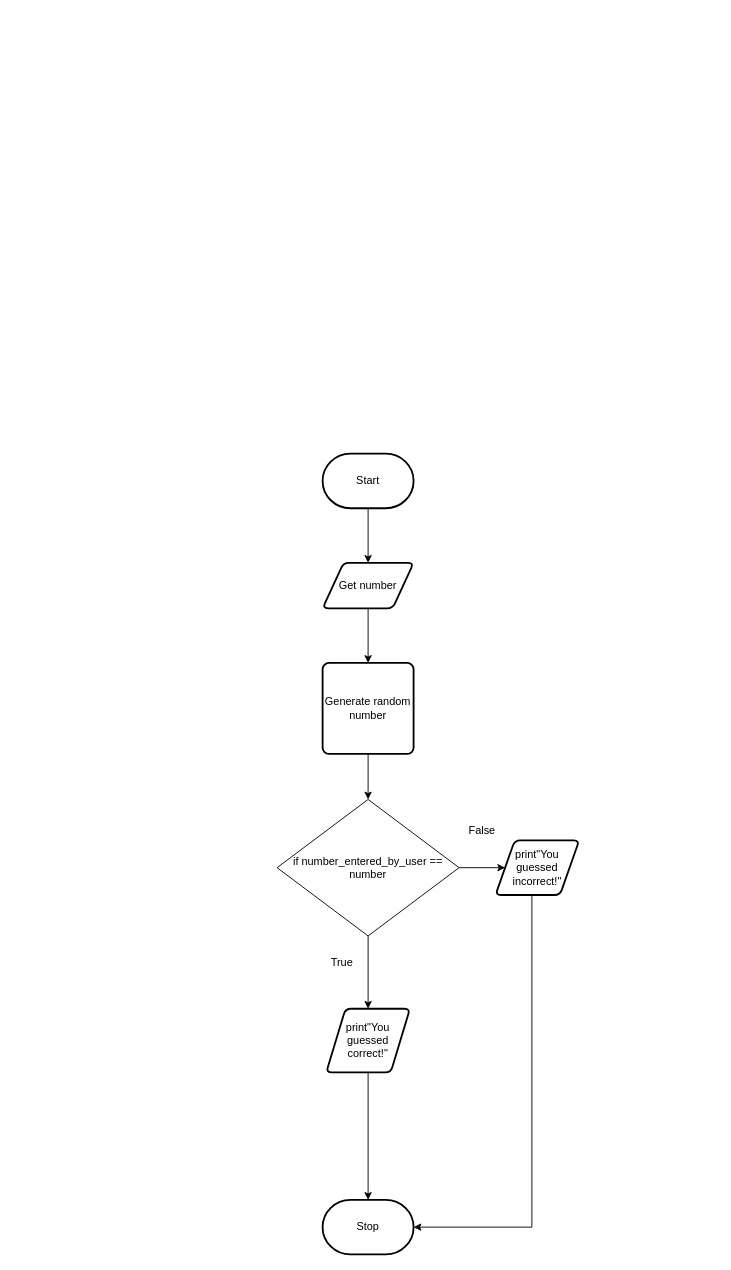
michael-clermont1/ICS3U-Assignment-5-Python keeps this draw.io diagram as flowchart.drawio. Above is the earlier version. Source tidied: cells renumbered, new cells numbered last; positions are measured from the earlier drawing's top-left corner, leaving out a move shared by most shapes. Both pictures are drawn from the tidied source at 91%, with x=0, y=0 at pixel (277, 453).
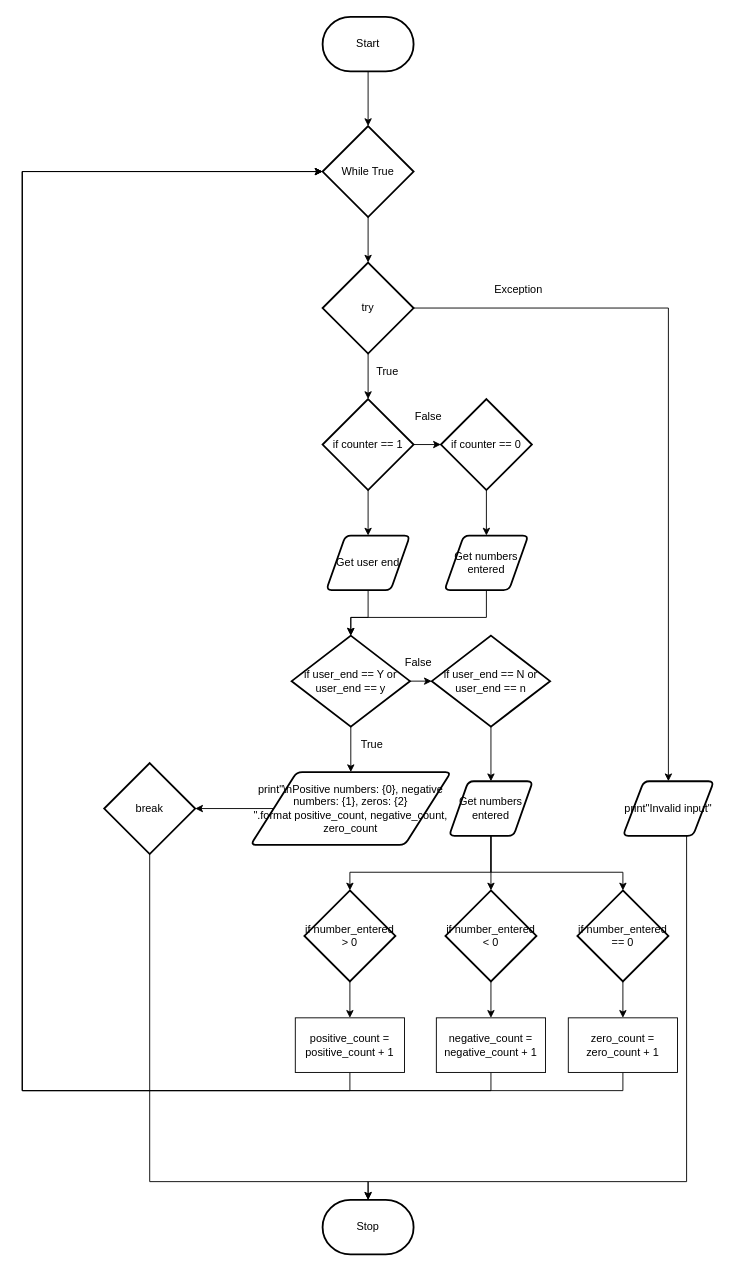
After the change.

The change refers to these unchanged cells:
```xml
<mxCell id="6" value="Stop" style="strokeWidth=2;html=1;shape=mxgraph.flowchart.terminator;whiteSpace=wrap;" parent="1" vertex="1">
  <mxGeometry x="50" y="820" width="100" height="60" as="geometry" />
</mxCell>
```

Change to the diagram source:
```diff
@@
-    <mxCell id="2" style="edgeStyle=orthogonalEdgeStyle;rounded=0;html=1;exitX=0.5;exitY=1;exitDx=0;exitDy=0;entryX=0.5;entryY=0;entryDx=0;entryDy=0;" parent="1" edge="1" source="3" target="17">
-      <mxGeometry relative="1" as="geometry" />
-    </mxCell>
-    <mxCell id="3" value="Get number" style="shape=parallelogram;html=1;strokeWidth=2;perimeter=parallelogramPerimeter;whiteSpace=wrap;rounded=1;arcSize=12;size=0.23;" parent="1" vertex="1">
-      <mxGeometry x="50" y="120" width="100" height="50" as="geometry" />
-    </mxCell>
-    <mxCell id="4" style="edgeStyle=orthogonalEdgeStyle;rounded=0;html=1;entryX=0.5;entryY=0;entryDx=0;entryDy=0;" parent="1" edge="1" source="5" target="3">
-      <mxGeometry relative="1" as="geometry" />
-    </mxCell>
+    <mxCell id="18" style="edgeStyle=orthogonalEdgeStyle;rounded=0;html=1;entryX=0.5;entryY=0;entryDx=0;entryDy=0;entryPerimeter=0;" parent="1" edge="1" source="5" target="31">
+      <mxGeometry relative="1" as="geometry" />
+    </mxCell>
     <mxCell id="5" value="Start" style="strokeWidth=2;html=1;shape=mxgraph.flowchart.terminator;whiteSpace=wrap;" parent="1" vertex="1">
-      <mxGeometry x="50" width="100" height="60" as="geometry" />
+      <mxGeometry x="50" y="-480" width="100" height="60" as="geometry" />
     </mxCell>
@@
-    <mxCell id="7" style="edgeStyle=orthogonalEdgeStyle;rounded=0;html=1;entryX=0.5;entryY=0;entryDx=0;entryDy=0;entryPerimeter=0;" parent="1" edge="1" source="8" target="6">
-      <mxGeometry relative="1" as="geometry" />
-    </mxCell>
+    <mxCell id="19" style="edgeStyle=orthogonalEdgeStyle;rounded=0;html=1;entryX=1;entryY=0.5;entryDx=0;entryDy=0;entryPerimeter=0;" parent="1" edge="1" source="8" target="58">
+      <mxGeometry relative="1" as="geometry" />
+    </mxCell>
-    <mxCell id="8" value="print&quot;You guessed correct!&quot;" style="shape=parallelogram;html=1;strokeWidth=2;perimeter=parallelogramPerimeter;whiteSpace=wrap;rounded=1;arcSize=12;size=0.23;" parent="1" vertex="1">
-      <mxGeometry x="54" y="610" width="92" height="70" as="geometry" />
+    <mxCell id="8" value="print&lt;span&gt;&quot;\nPositive numbers: {0}, negative numbers: {1}, zeros: {2} &quot;.format&lt;/span&gt;&lt;span&gt;&amp;nbsp;positive_count, negative_count, zero_count&lt;/span&gt;&lt;span&gt;&lt;br&gt;&lt;/span&gt;" style="shape=parallelogram;html=1;strokeWidth=2;perimeter=parallelogramPerimeter;whiteSpace=wrap;rounded=1;arcSize=12;size=0.23;" parent="1" vertex="1">
+      <mxGeometry x="-29" y="350" width="220" height="80" as="geometry" />
     </mxCell>
-    <mxCell id="9" style="edgeStyle=orthogonalEdgeStyle;rounded=0;html=1;entryX=1;entryY=0.5;entryDx=0;entryDy=0;entryPerimeter=0;" parent="1" edge="1" source="10" target="6">
-      <mxGeometry relative="1" as="geometry">
-        <Array as="points">
-          <mxPoint x="280" y="850" />
-        </Array>
-      </mxGeometry>
-    </mxCell>
+    <mxCell id="20" style="edgeStyle=orthogonalEdgeStyle;rounded=0;html=1;entryX=0.5;entryY=0;entryDx=0;entryDy=0;entryPerimeter=0;" parent="1" edge="1" source="10" target="34">
+      <mxGeometry relative="1" as="geometry">
+        <Array as="points">
+          <mxPoint x="100" y="180" />
+          <mxPoint x="81" y="180" />
+        </Array>
+      </mxGeometry>
+    </mxCell>
-    <mxCell id="10" value="print&quot;You guessed incorrect!&quot;" style="shape=parallelogram;html=1;strokeWidth=2;perimeter=parallelogramPerimeter;whiteSpace=wrap;rounded=1;arcSize=12;size=0.23;" parent="1" vertex="1">
-      <mxGeometry x="240" y="425" width="92" height="60" as="geometry" />
+    <mxCell id="10" value="Get user end" style="shape=parallelogram;html=1;strokeWidth=2;perimeter=parallelogramPerimeter;whiteSpace=wrap;rounded=1;arcSize=12;size=0.23;" parent="1" vertex="1">
+      <mxGeometry x="54" y="90" width="92" height="60" as="geometry" />
     </mxCell>
-    <mxCell id="11" style="edgeStyle=none;html=1;entryX=0.5;entryY=0;entryDx=0;entryDy=0;" parent="1" edge="1" source="13" target="8">
-      <mxGeometry relative="1" as="geometry" />
-    </mxCell>
-    <mxCell id="12" style="edgeStyle=orthogonalEdgeStyle;html=1;entryX=0;entryY=0.5;entryDx=0;entryDy=0;" parent="1" edge="1" source="13" target="10">
-      <mxGeometry relative="1" as="geometry" />
-    </mxCell>
-    <mxCell id="13" value="&lt;span&gt;if number_entered_by_user == number&lt;/span&gt;" style="rhombus;whiteSpace=wrap;html=1;" parent="1" vertex="1">
-      <mxGeometry y="380" width="200" height="150" as="geometry" />
-    </mxCell>
     <mxCell id="14" value="False" style="text;html=1;align=center;verticalAlign=middle;fillColor=none;strokeColor=none;rounded=0;" parent="1" vertex="1">
-      <mxGeometry x="200" y="405" width="50" height="20" as="geometry" />
+      <mxGeometry x="141" y="-50" width="50" height="20" as="geometry" />
     </mxCell>
     <mxCell id="15" value="True" style="text;html=1;align=center;verticalAlign=middle;fillColor=none;strokeColor=none;rounded=0;" parent="1" vertex="1">
-      <mxGeometry x="51" y="550" width="40" height="20" as="geometry" />
+      <mxGeometry x="101" y="-100" width="40" height="20" as="geometry" />
     </mxCell>
+    <mxCell id="21" style="edgeStyle=orthogonalEdgeStyle;html=1;entryX=0.5;entryY=0;entryDx=0;entryDy=0;rounded=0;" parent="1" edge="1" source="16" target="54">
+      <mxGeometry relative="1" as="geometry" />
+    </mxCell>
+    <mxCell id="22" style="edgeStyle=orthogonalEdgeStyle;rounded=0;html=1;entryX=0.5;entryY=0;entryDx=0;entryDy=0;entryPerimeter=0;" parent="1" edge="1" source="16" target="25">
+      <mxGeometry relative="1" as="geometry" />
+    </mxCell>
-    <mxCell id="16" style="edgeStyle=orthogonalEdgeStyle;rounded=0;html=1;entryX=0.5;entryY=0;entryDx=0;entryDy=0;" parent="1" edge="1" source="17" target="13">
-      <mxGeometry relative="1" as="geometry" />
+    <mxCell id="16" value="try" style="strokeWidth=2;html=1;shape=mxgraph.flowchart.decision;whiteSpace=wrap;" parent="1" vertex="1">
+      <mxGeometry x="50" y="-210" width="100" height="100" as="geometry" />
     </mxCell>
-    <mxCell id="17" value="Generate random number" style="rounded=1;whiteSpace=wrap;html=1;absoluteArcSize=1;arcSize=14;strokeWidth=2;" parent="1" vertex="1">
-      <mxGeometry x="50" y="230" width="100" height="100" as="geometry" />
-    </mxCell>
+    <mxCell id="23" style="edgeStyle=orthogonalEdgeStyle;rounded=0;html=1;entryX=0;entryY=0.5;entryDx=0;entryDy=0;entryPerimeter=0;" parent="1" edge="1" source="25" target="27">
+      <mxGeometry relative="1" as="geometry" />
+    </mxCell>
+    <mxCell id="24" style="edgeStyle=orthogonalEdgeStyle;rounded=0;html=1;entryX=0.5;entryY=0;entryDx=0;entryDy=0;" parent="1" edge="1" source="25" target="10">
+      <mxGeometry relative="1" as="geometry" />
+    </mxCell>
+    <mxCell id="25" value="if counter == 1" style="strokeWidth=2;html=1;shape=mxgraph.flowchart.decision;whiteSpace=wrap;" parent="1" vertex="1">
+      <mxGeometry x="50" y="-60" width="100" height="100" as="geometry" />
+    </mxCell>
+    <mxCell id="26" style="edgeStyle=orthogonalEdgeStyle;rounded=0;html=1;entryX=0.5;entryY=0;entryDx=0;entryDy=0;" parent="1" edge="1" source="27" target="29">
+      <mxGeometry relative="1" as="geometry" />
+    </mxCell>
+    <mxCell id="27" value="if counter == 0" style="strokeWidth=2;html=1;shape=mxgraph.flowchart.decision;whiteSpace=wrap;" parent="1" vertex="1">
+      <mxGeometry x="180" y="-60" width="100" height="100" as="geometry" />
+    </mxCell>
+    <mxCell id="28" style="edgeStyle=orthogonalEdgeStyle;rounded=0;html=1;entryX=0.5;entryY=0;entryDx=0;entryDy=0;entryPerimeter=0;" parent="1" edge="1" source="29" target="34">
+      <mxGeometry relative="1" as="geometry">
+        <Array as="points">
+          <mxPoint x="230" y="180" />
+          <mxPoint x="81" y="180" />
+        </Array>
+      </mxGeometry>
+    </mxCell>
+    <mxCell id="29" value="Get numbers entered" style="shape=parallelogram;html=1;strokeWidth=2;perimeter=parallelogramPerimeter;whiteSpace=wrap;rounded=1;arcSize=12;size=0.23;" parent="1" vertex="1">
+      <mxGeometry x="184" y="90" width="92" height="60" as="geometry" />
+    </mxCell>
+    <mxCell id="30" style="edgeStyle=orthogonalEdgeStyle;rounded=0;html=1;entryX=0.5;entryY=0;entryDx=0;entryDy=0;entryPerimeter=0;" parent="1" edge="1" source="31" target="16">
+      <mxGeometry relative="1" as="geometry" />
+    </mxCell>
+    <mxCell id="31" value="While True" style="strokeWidth=2;html=1;shape=mxgraph.flowchart.decision;whiteSpace=wrap;" parent="1" vertex="1">
+      <mxGeometry x="50" y="-360" width="100" height="100" as="geometry" />
+    </mxCell>
+    <mxCell id="32" style="edgeStyle=orthogonalEdgeStyle;rounded=0;html=1;entryX=0;entryY=0.5;entryDx=0;entryDy=0;entryPerimeter=0;" parent="1" edge="1" source="34" target="38">
+      <mxGeometry relative="1" as="geometry" />
+    </mxCell>
+    <mxCell id="33" style="edgeStyle=orthogonalEdgeStyle;rounded=0;html=1;entryX=0.5;entryY=0;entryDx=0;entryDy=0;" parent="1" edge="1" source="34" target="8">
+      <mxGeometry relative="1" as="geometry" />
+    </mxCell>
+    <mxCell id="34" value="if user_end == Y or user_end == y" style="strokeWidth=2;html=1;shape=mxgraph.flowchart.decision;whiteSpace=wrap;" parent="1" vertex="1">
+      <mxGeometry x="16" y="200" width="130" height="100" as="geometry" />
+    </mxCell>
+    <mxCell id="35" style="edgeStyle=orthogonalEdgeStyle;rounded=0;html=1;entryX=0.5;entryY=0;entryDx=0;entryDy=0;" parent="1" edge="1" source="36" target="44">
+      <mxGeometry relative="1" as="geometry" />
+    </mxCell>
+    <mxCell id="36" value="if number_entered &amp;gt; 0" style="strokeWidth=2;html=1;shape=mxgraph.flowchart.decision;whiteSpace=wrap;" parent="1" vertex="1">
+      <mxGeometry x="30" y="480" width="100" height="100" as="geometry" />
+    </mxCell>
+    <mxCell id="37" style="edgeStyle=orthogonalEdgeStyle;rounded=0;html=1;entryX=0.5;entryY=0;entryDx=0;entryDy=0;" parent="1" edge="1" source="38" target="42">
+      <mxGeometry relative="1" as="geometry" />
+    </mxCell>
+    <mxCell id="38" value="if user_end == N or user_end == n" style="strokeWidth=2;html=1;shape=mxgraph.flowchart.decision;whiteSpace=wrap;" parent="1" vertex="1">
+      <mxGeometry x="170" y="200" width="130" height="100" as="geometry" />
+    </mxCell>
+    <mxCell id="39" style="edgeStyle=orthogonalEdgeStyle;rounded=0;html=1;entryX=0.5;entryY=0;entryDx=0;entryDy=0;entryPerimeter=0;" parent="1" edge="1" source="42" target="36">
+      <mxGeometry relative="1" as="geometry">
+        <Array as="points">
+          <mxPoint x="235" y="460" />
+          <mxPoint x="80" y="460" />
+        </Array>
+      </mxGeometry>
+    </mxCell>
+    <mxCell id="40" style="edgeStyle=orthogonalEdgeStyle;rounded=0;html=1;entryX=0.5;entryY=0;entryDx=0;entryDy=0;entryPerimeter=0;" parent="1" edge="1" source="42" target="46">
+      <mxGeometry relative="1" as="geometry" />
+    </mxCell>
+    <mxCell id="41" style="edgeStyle=orthogonalEdgeStyle;rounded=0;html=1;entryX=0.5;entryY=0;entryDx=0;entryDy=0;entryPerimeter=0;" parent="1" edge="1" source="42" target="50">
+      <mxGeometry relative="1" as="geometry">
+        <Array as="points">
+          <mxPoint x="235" y="460" />
+          <mxPoint x="380" y="460" />
+        </Array>
+      </mxGeometry>
+    </mxCell>
+    <mxCell id="42" value="Get numbers entered" style="shape=parallelogram;html=1;strokeWidth=2;perimeter=parallelogramPerimeter;whiteSpace=wrap;rounded=1;arcSize=12;size=0.23;" parent="1" vertex="1">
+      <mxGeometry x="189" y="360" width="92" height="60" as="geometry" />
+    </mxCell>
+    <mxCell id="43" style="edgeStyle=orthogonalEdgeStyle;rounded=0;html=1;entryX=0;entryY=0.5;entryDx=0;entryDy=0;entryPerimeter=0;" parent="1" edge="1" source="44" target="31">
+      <mxGeometry relative="1" as="geometry">
+        <Array as="points">
+          <mxPoint x="80" y="700" />
+          <mxPoint x="-280" y="700" />
+          <mxPoint x="-280" y="-310" />
+        </Array>
+      </mxGeometry>
+    </mxCell>
+    <mxCell id="44" value="positive_count = positive_count + 1" style="rounded=0;whiteSpace=wrap;html=1;" parent="1" vertex="1">
+      <mxGeometry x="20" y="620" width="120" height="60" as="geometry" />
+    </mxCell>
+    <mxCell id="45" style="edgeStyle=orthogonalEdgeStyle;rounded=0;html=1;entryX=0.5;entryY=0;entryDx=0;entryDy=0;" parent="1" edge="1" source="46" target="48">
+      <mxGeometry relative="1" as="geometry" />
+    </mxCell>
+    <mxCell id="46" value="if number_entered &amp;lt; 0" style="strokeWidth=2;html=1;shape=mxgraph.flowchart.decision;whiteSpace=wrap;" parent="1" vertex="1">
+      <mxGeometry x="185" y="480" width="100" height="100" as="geometry" />
+    </mxCell>
+    <mxCell id="47" style="edgeStyle=orthogonalEdgeStyle;rounded=0;html=1;" parent="1" edge="1" source="48">
+      <mxGeometry relative="1" as="geometry">
+        <mxPoint x="50" y="-310" as="targetPoint" />
+        <Array as="points">
+          <mxPoint x="235" y="700" />
+          <mxPoint x="-280" y="700" />
+          <mxPoint x="-280" y="-310" />
+        </Array>
+      </mxGeometry>
+    </mxCell>
+    <mxCell id="48" value="negative_count = negative_count + 1" style="rounded=0;whiteSpace=wrap;html=1;" parent="1" vertex="1">
+      <mxGeometry x="175" y="620" width="120" height="60" as="geometry" />
+    </mxCell>
+    <mxCell id="49" style="edgeStyle=orthogonalEdgeStyle;rounded=0;html=1;entryX=0.5;entryY=0;entryDx=0;entryDy=0;" parent="1" edge="1" source="50" target="52">
+      <mxGeometry relative="1" as="geometry" />
+    </mxCell>
+    <mxCell id="50" value="if number_entered == 0" style="strokeWidth=2;html=1;shape=mxgraph.flowchart.decision;whiteSpace=wrap;" parent="1" vertex="1">
+      <mxGeometry x="330" y="480" width="100" height="100" as="geometry" />
+    </mxCell>
+    <mxCell id="51" style="edgeStyle=orthogonalEdgeStyle;rounded=0;html=1;entryX=0;entryY=0.5;entryDx=0;entryDy=0;entryPerimeter=0;" parent="1" edge="1" source="52" target="31">
+      <mxGeometry relative="1" as="geometry">
+        <Array as="points">
+          <mxPoint x="380" y="700" />
+          <mxPoint x="-280" y="700" />
+          <mxPoint x="-280" y="-310" />
+        </Array>
+      </mxGeometry>
+    </mxCell>
+    <mxCell id="52" value="zero_count = zero_count + 1" style="rounded=0;whiteSpace=wrap;html=1;" parent="1" vertex="1">
+      <mxGeometry x="320" y="620" width="120" height="60" as="geometry" />
+    </mxCell>
+    <mxCell id="53" style="edgeStyle=orthogonalEdgeStyle;rounded=0;html=1;entryX=0.5;entryY=0;entryDx=0;entryDy=0;entryPerimeter=0;" parent="1" edge="1" source="54" target="6">
+      <mxGeometry relative="1" as="geometry">
+        <Array as="points">
+          <mxPoint x="450" y="800" />
+          <mxPoint x="100" y="800" />
+        </Array>
+      </mxGeometry>
+    </mxCell>
+    <mxCell id="54" value="print&quot;Invalid input&quot;" style="shape=parallelogram;html=1;strokeWidth=2;perimeter=parallelogramPerimeter;whiteSpace=wrap;rounded=1;arcSize=12;size=0.23;" parent="1" vertex="1">
+      <mxGeometry x="380" y="360" width="100" height="60" as="geometry" />
+    </mxCell>
+    <mxCell id="55" value="False" style="text;html=1;align=center;verticalAlign=middle;fillColor=none;strokeColor=none;rounded=0;" parent="1" vertex="1">
+      <mxGeometry x="130" y="220" width="50" height="20" as="geometry" />
+    </mxCell>
+    <mxCell id="56" value="True" style="text;html=1;align=center;verticalAlign=middle;fillColor=none;strokeColor=none;rounded=0;" parent="1" vertex="1">
+      <mxGeometry x="84" y="310" width="40" height="20" as="geometry" />
+    </mxCell>
+    <mxCell id="57" style="edgeStyle=orthogonalEdgeStyle;rounded=0;html=1;entryX=0.5;entryY=0;entryDx=0;entryDy=0;entryPerimeter=0;" parent="1" edge="1" source="58" target="6">
+      <mxGeometry relative="1" as="geometry">
+        <Array as="points">
+          <mxPoint x="-140" y="800" />
+          <mxPoint x="100" y="800" />
+        </Array>
+      </mxGeometry>
+    </mxCell>
+    <mxCell id="58" value="break" style="strokeWidth=2;html=1;shape=mxgraph.flowchart.decision;whiteSpace=wrap;" parent="1" vertex="1">
+      <mxGeometry x="-190" y="340" width="100" height="100" as="geometry" />
+    </mxCell>
+    <mxCell id="59" value="Exception" style="text;html=1;align=center;verticalAlign=middle;fillColor=none;strokeColor=none;rounded=0;" parent="1" vertex="1">
+      <mxGeometry x="230" y="-190" width="70" height="20" as="geometry" />
+    </mxCell>
```
